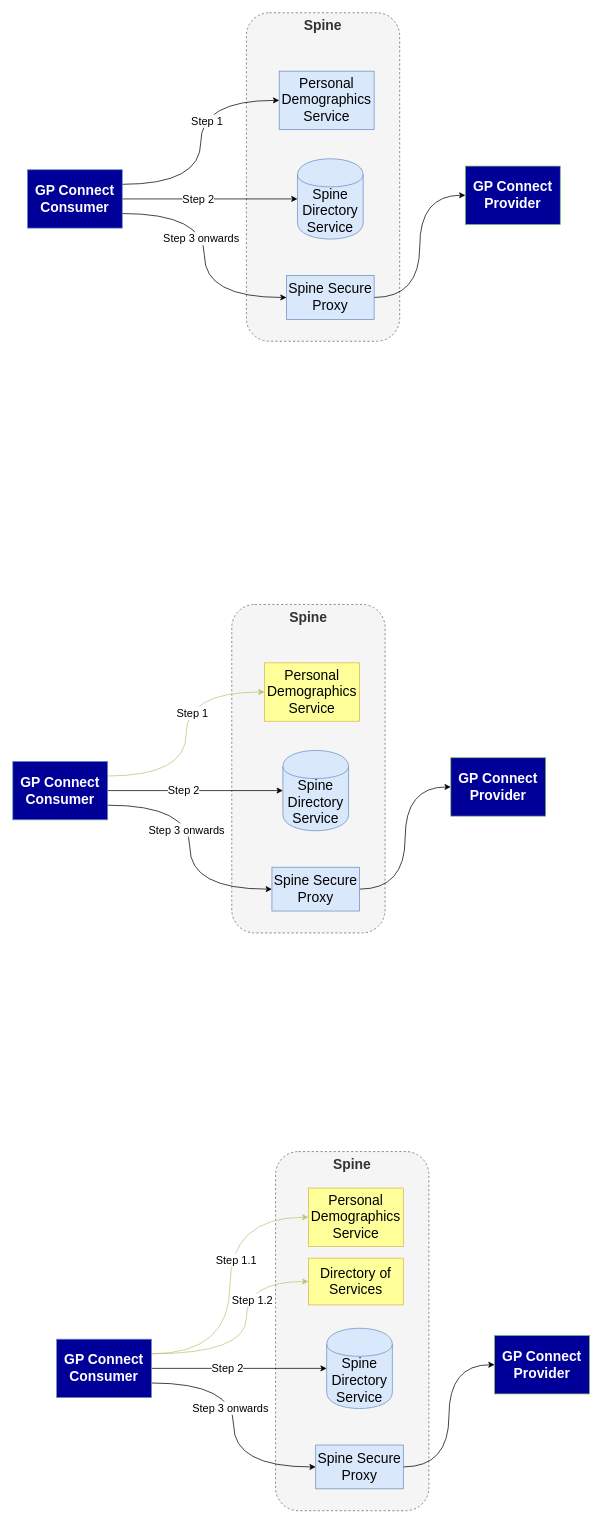
The draw.io diagram _diagrams-source/Draw.io/gpconnect-flow.drawio in nhsconnect/gpconnect, before the edit. Source tidied: cells renumbered, new cells numbered last; positions are measured from the earlier drawing's top-left corner, leaving out a move shared by most shapes. Both pictures are drawn from the tidied source at 73%, with x=0, y=0 at pixel (12, 12).
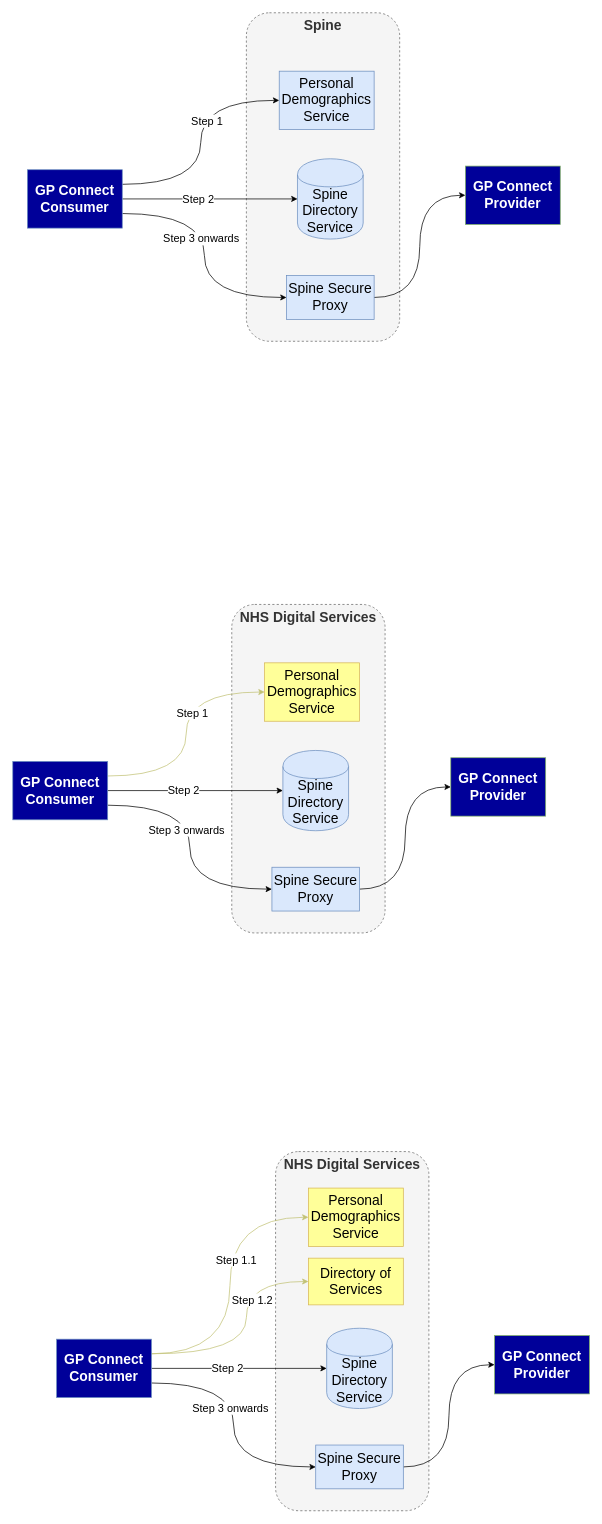
After the change.

Commit message (it also covers changes not shown here):
Change diagram headers from Spine to "NHS Digital Services"

Diff of the diagram source:
```diff
@@
-    <mxCell id="15" value="&lt;font style=&quot;font-size: 19px&quot;&gt;&lt;b&gt;Spine&lt;/b&gt;&lt;/font&gt;" style="rounded=1;whiteSpace=wrap;html=1;verticalAlign=top;dashed=1;fillColor=#f5f5f5;strokeColor=#666666;fontColor=#333333;" parent="1" vertex="1">
+    <mxCell id="15" value="&lt;font style=&quot;font-size: 19px&quot;&gt;&lt;b&gt;NHS Digital Services&lt;/b&gt;&lt;/font&gt;" style="rounded=1;whiteSpace=wrap;html=1;verticalAlign=top;dashed=1;fillColor=#f5f5f5;strokeColor=#666666;fontColor=#333333;" parent="1" vertex="1">
       <mxGeometry x="300" y="810.5" width="210" height="450" as="geometry" />
     </mxCell>
@@
-    <mxCell id="28" value="&lt;font style=&quot;font-size: 19px&quot;&gt;&lt;b&gt;Spine&lt;/b&gt;&lt;/font&gt;" style="rounded=1;whiteSpace=wrap;html=1;verticalAlign=top;dashed=1;fillColor=#f5f5f5;strokeColor=#666666;fontColor=#333333;" parent="1" vertex="1">
+    <mxCell id="28" value="&lt;font style=&quot;font-size: 19px&quot;&gt;&lt;b&gt;NHS Digital Services&lt;/b&gt;&lt;/font&gt;" style="rounded=1;whiteSpace=wrap;html=1;verticalAlign=top;dashed=1;fillColor=#f5f5f5;strokeColor=#666666;fontColor=#333333;" parent="1" vertex="1">
       <mxGeometry x="360" y="1560" width="210" height="492" as="geometry" />
     </mxCell>
```
